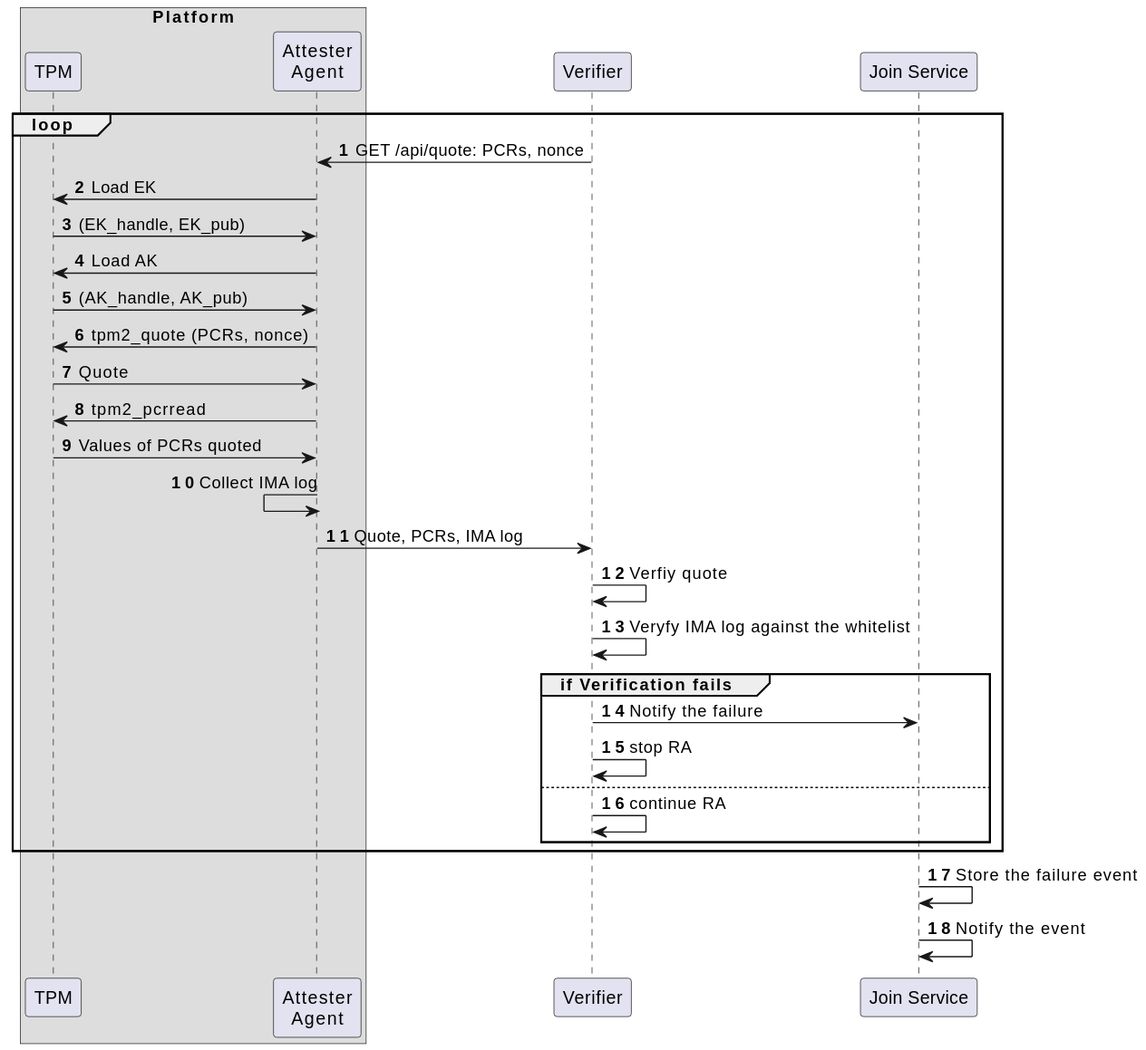
Before: docs/protocols/remote_attestation.svg, a diagram exported from PlantUML (Cybersecurity-LINKS/embrave).
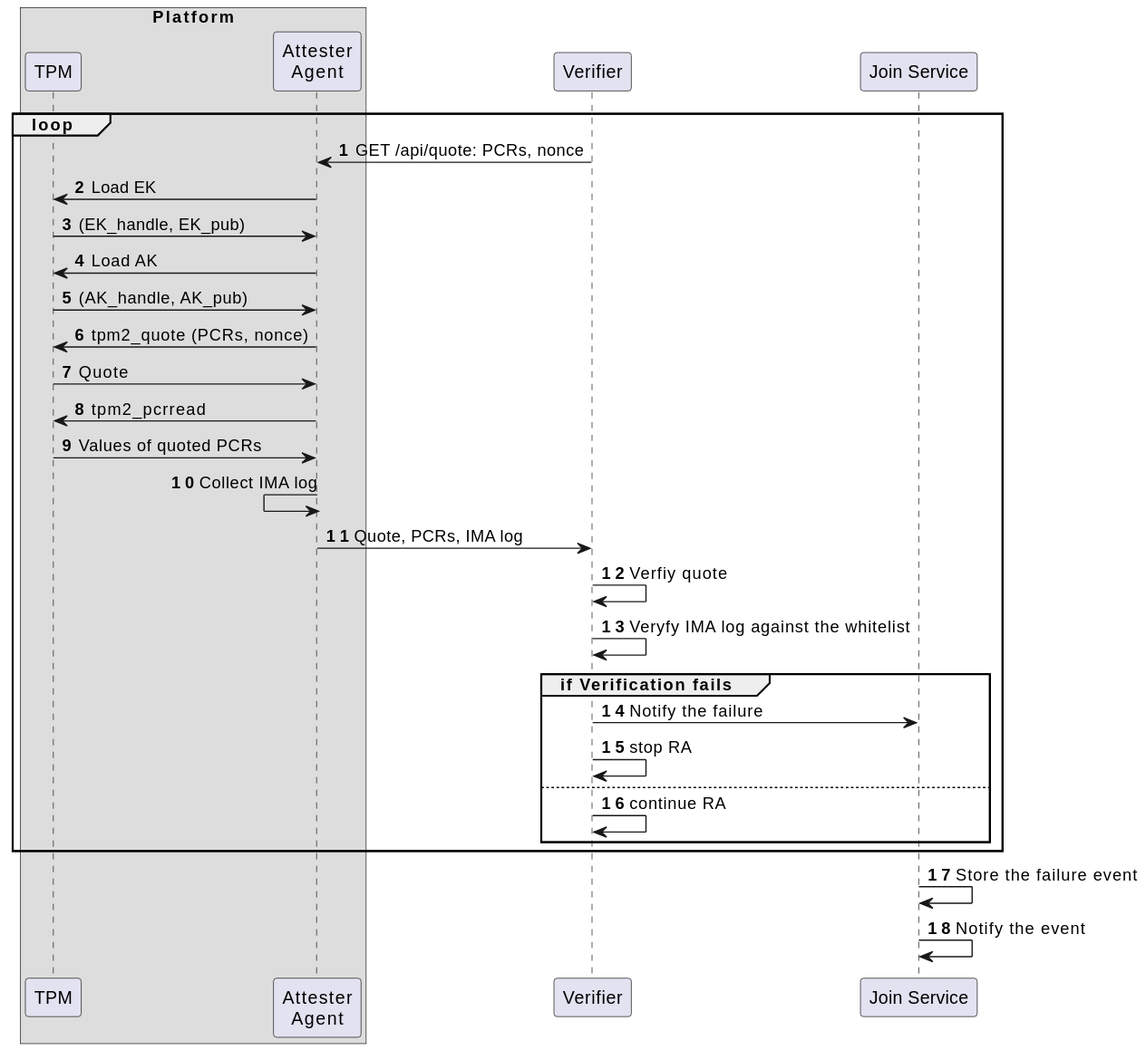
The same file after the commit.

Commit message:
docs: modifed ra procedure diagram

Diff of the diagram source:
```diff
@@ -18,7 +18,7 @@
 attester_agent->TPM: tpm2_quote (PCRs, nonce)
 TPM->attester_agent: Quote
 attester_agent->TPM: tpm2_pcrread
-TPM->attester_agent: Values of PCRs quoted
+TPM->attester_agent: Values of quoted PCRs
 attester_agent<-attester_agent: Collect IMA log
 attester_agent->verifier: Quote, PCRs, IMA log
 verifier->verifier: Verfiy quote
```
